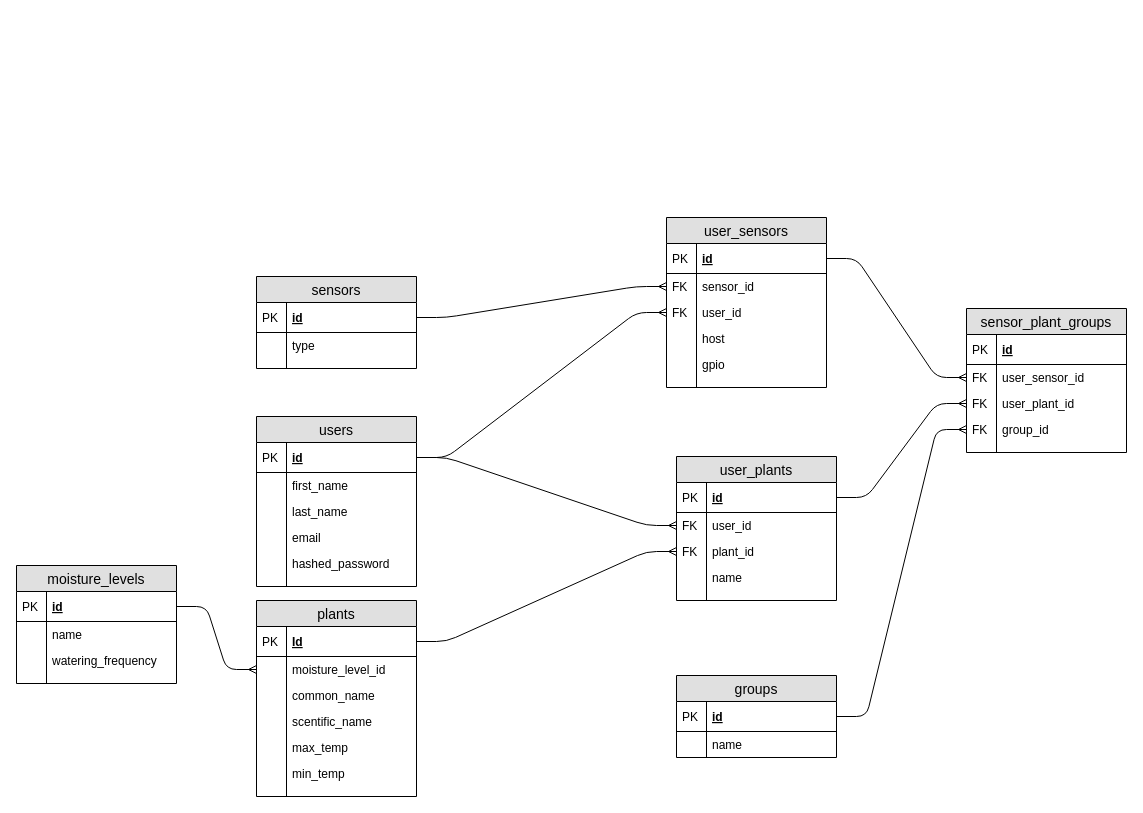
Before: ERD.drawio in arianrah/flower-power, a draw.io diagram. Source tidied: cells renumbered, new cells numbered last; positions are measured from the earlier drawing's top-left corner, leaving out a move shared by most shapes. Both pictures are drawn from the tidied source at 100%, with x=0, y=0 at pixel (16, 217).
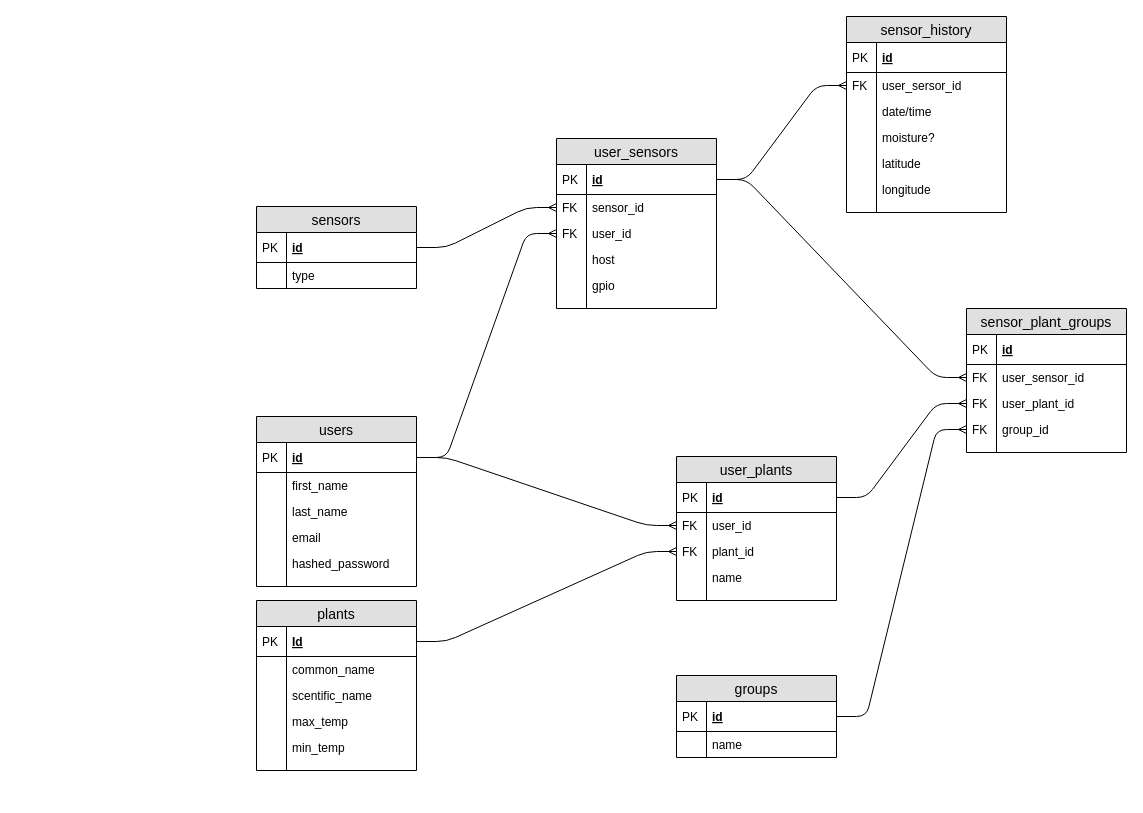
Above is the later version.

The change refers to these unchanged cells:
```xml
<mxCell id="52" value="id" style="shape=partialRectangle;top=0;left=0;right=0;bottom=1;align=left;verticalAlign=middle;fillColor=none;spacingLeft=34;spacingRight=4;overflow=hidden;points=[[0,0.5],[1,0.5]];portConstraint=eastwest;fontStyle=5;fontSize=12;" parent="51" vertex="1">
  <mxGeometry y="26" width="160" height="30" as="geometry" />
</mxCell>
```

What changed in the source:
```diff
@@
     <mxCell id="27" value="plants" style="swimlane;fontStyle=0;horizontal=1;startSize=26;fillColor=#e0e0e0;swimlaneFillColor=#ffffff;align=center;fontSize=14;" parent="1" vertex="1">
-      <mxGeometry x="240" y="383" width="160" height="196" as="geometry" />
+      <mxGeometry x="240" y="383" width="160" height="170" as="geometry" />
     </mxCell>
@@
-    <mxCell id="30" value="moisture_level_id" style="shape=partialRectangle;top=0;left=0;right=0;bottom=0;align=left;verticalAlign=top;fillColor=none;spacingLeft=34;spacingRight=4;overflow=hidden;points=[[0,0.5],[1,0.5]];portConstraint=eastwest;fontSize=12;" parent="27" vertex="1">
-      <mxGeometry y="56" width="160" height="26" as="geometry" />
-    </mxCell>
-    <mxCell id="31" style="shape=partialRectangle;top=0;left=0;bottom=0;fillColor=none;align=left;verticalAlign=top;spacingLeft=4;spacingRight=4;overflow=hidden;fontSize=12;" parent="30" vertex="1">
-      <mxGeometry width="30" height="26" as="geometry" />
-    </mxCell>
     <mxCell id="32" value="common_name" style="shape=partialRectangle;top=0;left=0;right=0;bottom=0;align=left;verticalAlign=top;fillColor=none;spacingLeft=34;spacingRight=4;overflow=hidden;fontSize=12;" parent="27" vertex="1">
-      <mxGeometry y="82" width="160" height="26" as="geometry" />
+      <mxGeometry y="56" width="160" height="26" as="geometry" />
     </mxCell>
@@
     <mxCell id="34" value="scentific_name" style="shape=partialRectangle;top=0;left=0;right=0;bottom=0;align=left;verticalAlign=top;fillColor=none;spacingLeft=34;spacingRight=4;overflow=hidden;fontSize=12;" parent="27" vertex="1">
-      <mxGeometry y="108" width="160" height="26" as="geometry" />
+      <mxGeometry y="82" width="160" height="26" as="geometry" />
     </mxCell>
@@
     <mxCell id="36" value="max_temp" style="shape=partialRectangle;top=0;left=0;right=0;bottom=0;align=left;verticalAlign=top;fillColor=none;spacingLeft=34;spacingRight=4;overflow=hidden;fontSize=12;" parent="27" vertex="1">
-      <mxGeometry y="134" width="160" height="26" as="geometry" />
+      <mxGeometry y="108" width="160" height="26" as="geometry" />
     </mxCell>
@@
     <mxCell id="38" value="min_temp" style="shape=partialRectangle;top=0;left=0;right=0;bottom=0;align=left;verticalAlign=top;fillColor=none;spacingLeft=34;spacingRight=4;overflow=hidden;fontSize=12;" parent="27" vertex="1">
-      <mxGeometry y="160" width="160" height="26" as="geometry" />
+      <mxGeometry y="134" width="160" height="26" as="geometry" />
     </mxCell>
@@
     <mxCell id="40" style="shape=partialRectangle;top=0;left=0;right=0;bottom=0;align=left;verticalAlign=top;fillColor=none;spacingLeft=34;spacingRight=4;overflow=hidden;fontSize=12;" parent="27" vertex="1">
-      <mxGeometry y="186" width="160" height="10" as="geometry" />
+      <mxGeometry y="160" width="160" height="10" as="geometry" />
     </mxCell>
@@
     <mxCell id="42" value="sensors" style="swimlane;fontStyle=0;horizontal=1;startSize=26;fillColor=#e0e0e0;swimlaneFillColor=#ffffff;align=center;fontSize=14;" parent="1" vertex="1">
-      <mxGeometry x="240" y="59" width="160" height="92" as="geometry" />
+      <mxGeometry x="240" y="-11" width="160" height="82" as="geometry" />
     </mxCell>
@@
-    <mxCell id="47" style="shape=partialRectangle;top=0;left=0;right=0;bottom=0;align=left;verticalAlign=top;fillColor=none;spacingLeft=34;spacingRight=4;overflow=hidden;fontSize=12;" parent="42" vertex="1">
-      <mxGeometry y="82" width="160" height="10" as="geometry" />
-    </mxCell>
-    <mxCell id="48" style="shape=partialRectangle;top=0;left=0;bottom=0;fillColor=none;align=left;verticalAlign=top;spacingLeft=4;spacingRight=4;overflow=hidden;fontSize=12;" parent="47" vertex="1">
-      <mxGeometry width="30" height="10" as="geometry" />
-    </mxCell>
@@
     <mxCell id="51" value="user_sensors" style="swimlane;fontStyle=0;horizontal=1;startSize=26;fillColor=#e0e0e0;swimlaneFillColor=#ffffff;align=center;fontSize=14;" parent="1" vertex="1">
-      <mxGeometry x="650" width="160" height="170" as="geometry" />
+      <mxGeometry x="540" y="-79" width="160" height="170" as="geometry" />
     </mxCell>
@@
-    <mxCell id="84" value="moisture_levels" style="swimlane;fontStyle=0;horizontal=1;startSize=26;fillColor=#e0e0e0;swimlaneFillColor=#ffffff;align=center;fontSize=14;" parent="1" vertex="1">
-      <mxGeometry y="348" width="160" height="118" as="geometry" />
-    </mxCell>
+    <mxCell id="94" value="sensor_history" style="swimlane;fontStyle=0;horizontal=1;startSize=26;fillColor=#e0e0e0;swimlaneFillColor=#ffffff;align=center;fontSize=14;" parent="1" vertex="1">
+      <mxGeometry x="830" y="-201" width="160" height="196" as="geometry" />
+    </mxCell>
-    <mxCell id="85" value="id" style="shape=partialRectangle;top=0;left=0;right=0;bottom=1;align=left;verticalAlign=middle;fillColor=none;spacingLeft=34;spacingRight=4;overflow=hidden;points=[[0,0.5],[1,0.5]];portConstraint=eastwest;fontStyle=5;fontSize=12;" parent="84" vertex="1">
+    <mxCell id="85" value="id" style="shape=partialRectangle;top=0;left=0;right=0;bottom=1;align=left;verticalAlign=middle;fillColor=none;spacingLeft=34;spacingRight=4;overflow=hidden;points=[[0,0.5],[1,0.5]];portConstraint=eastwest;fontStyle=5;fontSize=12;" parent="94" vertex="1">
       <mxGeometry y="26" width="160" height="30" as="geometry" />
     </mxCell>
@@
-    <mxCell id="87" value="name" style="shape=partialRectangle;top=0;left=0;right=0;bottom=0;align=left;verticalAlign=top;fillColor=none;spacingLeft=34;spacingRight=4;overflow=hidden;fontSize=12;" parent="84" vertex="1">
-      <mxGeometry y="56" width="160" height="26" as="geometry" />
-    </mxCell>
-    <mxCell id="88" style="shape=partialRectangle;top=0;left=0;bottom=0;fillColor=none;align=left;verticalAlign=top;spacingLeft=4;spacingRight=4;overflow=hidden;fontSize=12;" parent="87" vertex="1">
-      <mxGeometry width="30" height="26" as="geometry" />
-    </mxCell>
-    <mxCell id="89" value="watering_frequency" style="shape=partialRectangle;top=0;left=0;right=0;bottom=0;align=left;verticalAlign=top;fillColor=none;spacingLeft=34;spacingRight=4;overflow=hidden;fontSize=12;" parent="84" vertex="1">
-      <mxGeometry y="82" width="160" height="26" as="geometry" />
-    </mxCell>
-    <mxCell id="90" style="shape=partialRectangle;top=0;left=0;bottom=0;fillColor=none;align=left;verticalAlign=top;spacingLeft=4;spacingRight=4;overflow=hidden;fontSize=12;" parent="89" vertex="1">
-      <mxGeometry width="30" height="26" as="geometry" />
-    </mxCell>
-    <mxCell id="91" style="shape=partialRectangle;top=0;left=0;right=0;bottom=0;align=left;verticalAlign=top;fillColor=none;spacingLeft=34;spacingRight=4;overflow=hidden;fontSize=12;" parent="84" vertex="1">
-      <mxGeometry y="108" width="160" height="10" as="geometry" />
-    </mxCell>
-    <mxCell id="92" style="shape=partialRectangle;top=0;left=0;bottom=0;fillColor=none;align=left;verticalAlign=top;spacingLeft=4;spacingRight=4;overflow=hidden;fontSize=12;" parent="91" vertex="1">
-      <mxGeometry width="30" height="10" as="geometry" />
-    </mxCell>
-    <mxCell id="93" style="edgeStyle=entityRelationEdgeStyle;fontSize=12;html=1;endArrow=ERmany;exitX=1;exitY=0.5;exitDx=0;exitDy=0;" parent="1" edge="1" source="85" target="30">
-      <mxGeometry relative="1" as="geometry" />
-    </mxCell>
+    <mxCell id="95" value="user_sersor_id" style="shape=partialRectangle;top=0;left=0;right=0;bottom=0;align=left;verticalAlign=top;fillColor=none;spacingLeft=34;spacingRight=4;overflow=hidden;points=[[0,0.5],[1,0.5]];portConstraint=eastwest;fontSize=12;" parent="94" vertex="1">
+      <mxGeometry y="56" width="160" height="26" as="geometry" />
+    </mxCell>
+    <mxCell id="96" value="FK" style="shape=partialRectangle;top=0;left=0;bottom=0;fillColor=none;align=left;verticalAlign=top;spacingLeft=4;spacingRight=4;overflow=hidden;fontSize=12;" parent="95" vertex="1">
+      <mxGeometry width="30" height="26" as="geometry" />
+    </mxCell>
+    <mxCell id="97" value="date/time" style="shape=partialRectangle;top=0;left=0;right=0;bottom=0;align=left;verticalAlign=top;fillColor=none;spacingLeft=34;spacingRight=4;overflow=hidden;fontSize=12;" parent="94" vertex="1">
+      <mxGeometry y="82" width="160" height="26" as="geometry" />
+    </mxCell>
+    <mxCell id="98" style="shape=partialRectangle;top=0;left=0;bottom=0;fillColor=none;align=left;verticalAlign=top;spacingLeft=4;spacingRight=4;overflow=hidden;fontSize=12;" parent="97" vertex="1">
+      <mxGeometry width="30" height="26" as="geometry" />
+    </mxCell>
+    <mxCell id="99" value="moisture?" style="shape=partialRectangle;top=0;left=0;right=0;bottom=0;align=left;verticalAlign=top;fillColor=none;spacingLeft=34;spacingRight=4;overflow=hidden;fontSize=12;" parent="94" vertex="1">
+      <mxGeometry y="108" width="160" height="26" as="geometry" />
+    </mxCell>
+    <mxCell id="100" style="shape=partialRectangle;top=0;left=0;bottom=0;fillColor=none;align=left;verticalAlign=top;spacingLeft=4;spacingRight=4;overflow=hidden;fontSize=12;" parent="99" vertex="1">
+      <mxGeometry width="30" height="26" as="geometry" />
+    </mxCell>
+    <mxCell id="101" value="latitude" style="shape=partialRectangle;top=0;left=0;right=0;bottom=0;align=left;verticalAlign=top;fillColor=none;spacingLeft=34;spacingRight=4;overflow=hidden;fontSize=12;" parent="94" vertex="1">
+      <mxGeometry y="134" width="160" height="26" as="geometry" />
+    </mxCell>
+    <mxCell id="102" style="shape=partialRectangle;top=0;left=0;bottom=0;fillColor=none;align=left;verticalAlign=top;spacingLeft=4;spacingRight=4;overflow=hidden;fontSize=12;" parent="101" vertex="1">
+      <mxGeometry width="30" height="26" as="geometry" />
+    </mxCell>
+    <mxCell id="103" value="longitude" style="shape=partialRectangle;top=0;left=0;right=0;bottom=0;align=left;verticalAlign=top;fillColor=none;spacingLeft=34;spacingRight=4;overflow=hidden;fontSize=12;" parent="94" vertex="1">
+      <mxGeometry y="160" width="160" height="26" as="geometry" />
+    </mxCell>
+    <mxCell id="104" style="shape=partialRectangle;top=0;left=0;bottom=0;fillColor=none;align=left;verticalAlign=top;spacingLeft=4;spacingRight=4;overflow=hidden;fontSize=12;" parent="103" vertex="1">
+      <mxGeometry width="30" height="26" as="geometry" />
+    </mxCell>
+    <mxCell id="105" style="shape=partialRectangle;top=0;left=0;right=0;bottom=0;align=left;verticalAlign=top;fillColor=none;spacingLeft=34;spacingRight=4;overflow=hidden;fontSize=12;" parent="94" vertex="1">
+      <mxGeometry y="186" width="160" height="10" as="geometry" />
+    </mxCell>
+    <mxCell id="106" style="shape=partialRectangle;top=0;left=0;bottom=0;fillColor=none;align=left;verticalAlign=top;spacingLeft=4;spacingRight=4;overflow=hidden;fontSize=12;" parent="105" vertex="1">
+      <mxGeometry width="30" height="10" as="geometry" />
+    </mxCell>
+    <mxCell id="107" style="edgeStyle=entityRelationEdgeStyle;fontSize=12;html=1;endArrow=ERmany;" parent="1" edge="1" source="52" target="95">
+      <mxGeometry relative="1" as="geometry" />
+    </mxCell>
```
